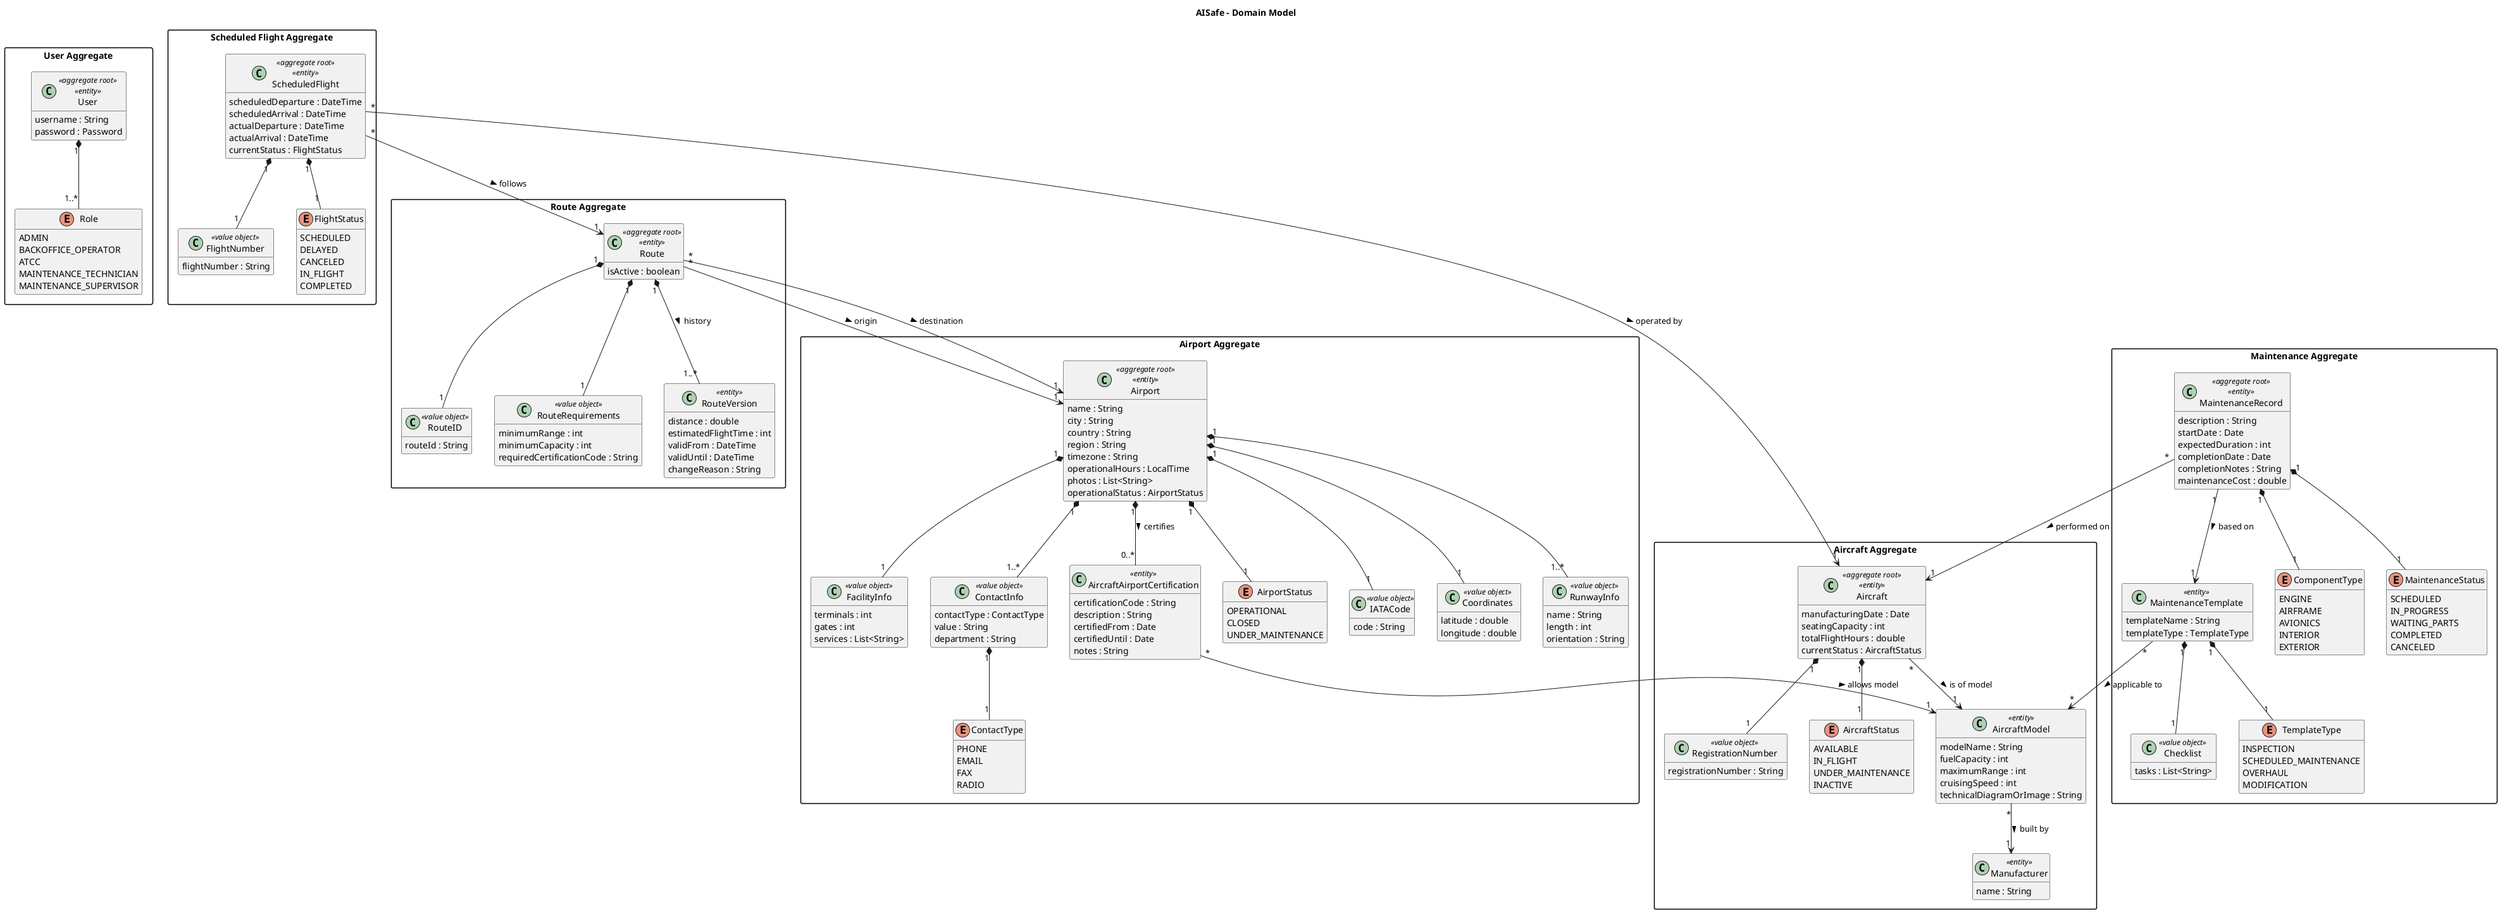
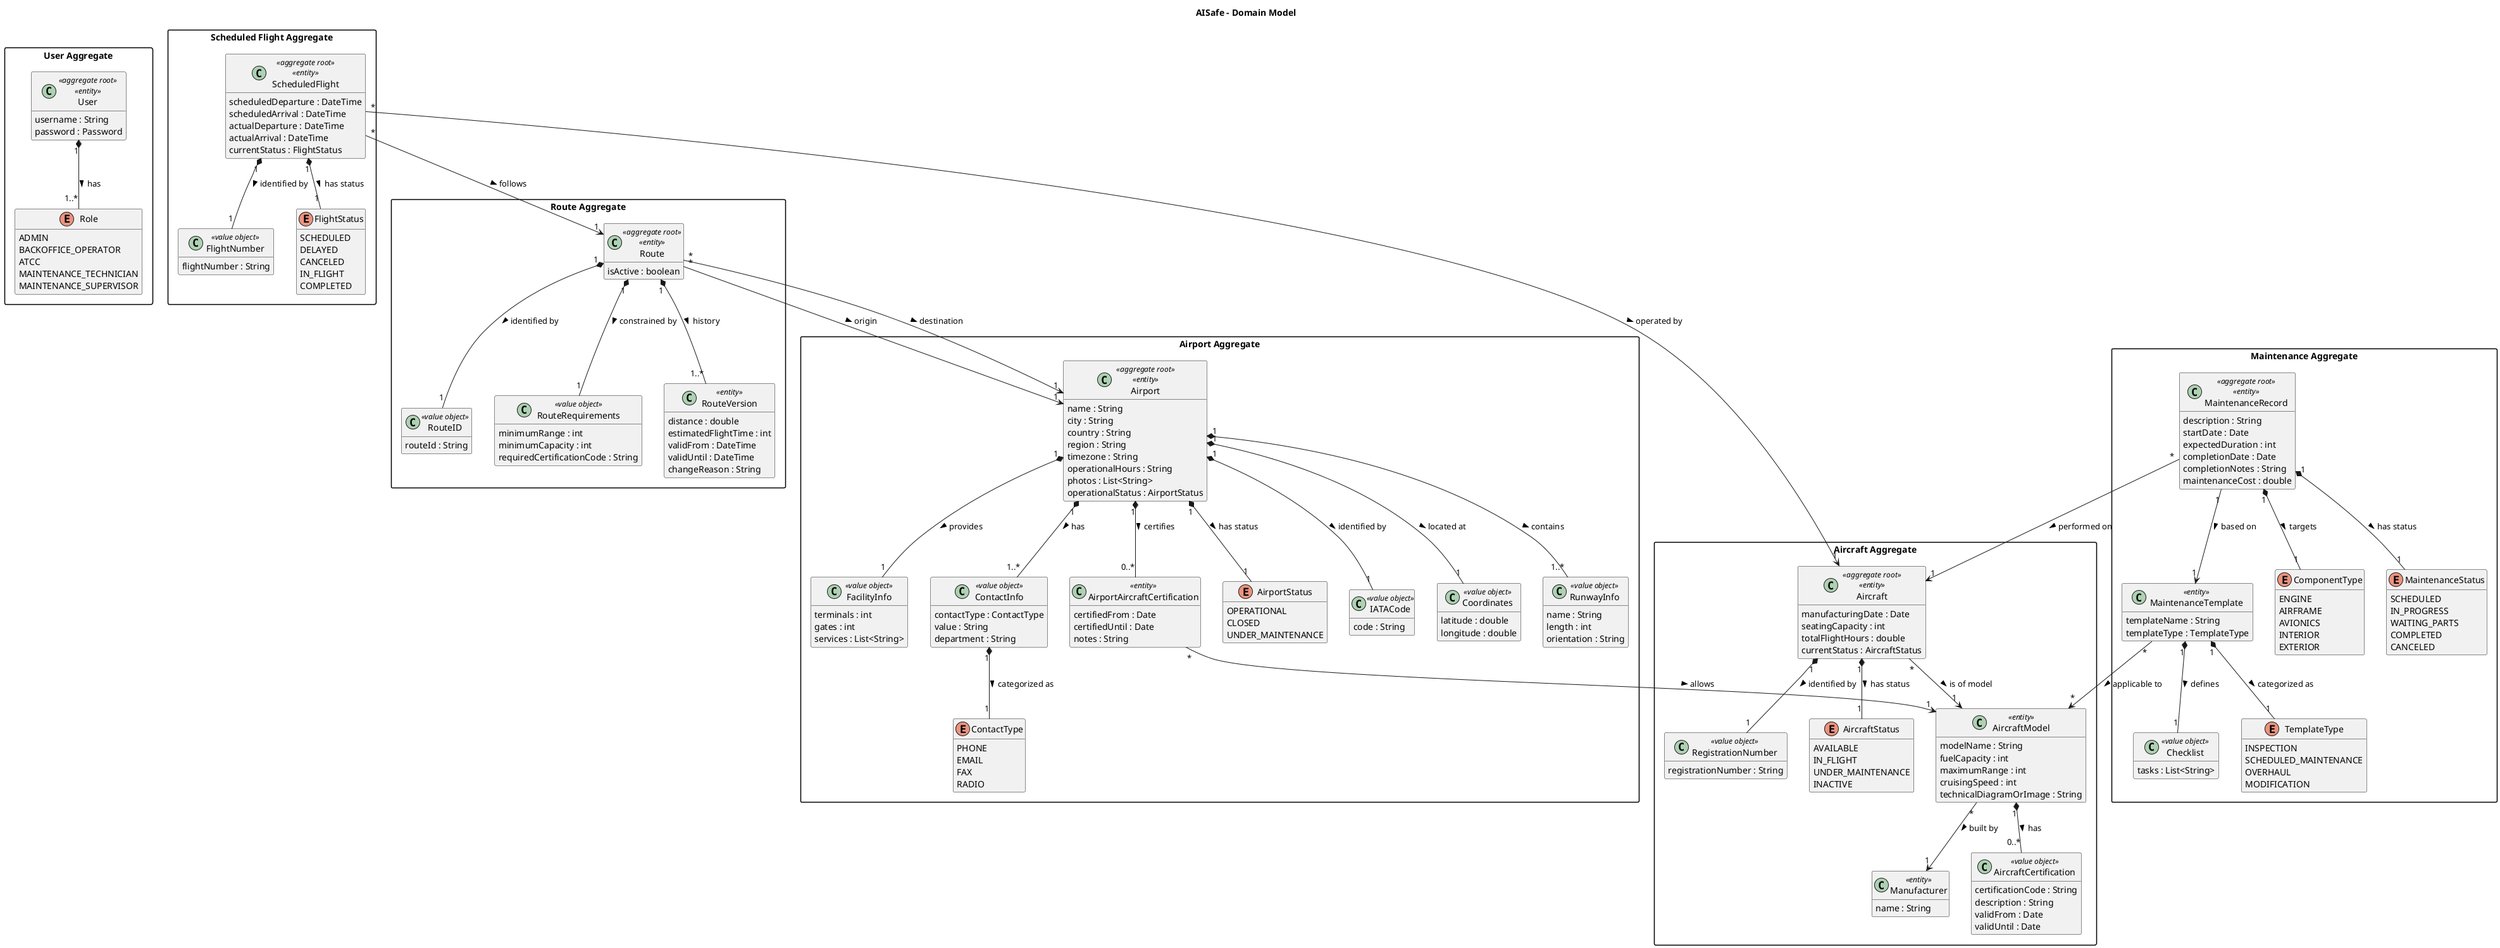
@startuml
skinparam classAttributeIconSize 0
skinparam packageStyle rectangle
hide empty methods
title AISafe - Domain Model

package "User Aggregate" {
  class User <<aggregate root>> <<entity>> {
    username : String
    password : Password
  }

  enum Role {
    ADMIN
    BACKOFFICE_OPERATOR
    ATCC
    MAINTENANCE_TECHNICIAN
    MAINTENANCE_SUPERVISOR
  }

-   User "1" *-- "1..*" Role
+   User "1" *-- "1..*" Role: has >
}

package "Aircraft Aggregate" {
  class Manufacturer <<entity>> {
    name : String
  }

  class AircraftModel <<entity>> {
    modelName : String
    fuelCapacity : int
    maximumRange : int
    cruisingSpeed : int
    technicalDiagramOrImage : String
  }

  class Aircraft <<aggregate root>> <<entity>> {
    manufacturingDate : Date
    seatingCapacity : int
    totalFlightHours : double
    currentStatus : AircraftStatus
  }

  class RegistrationNumber <<value object>> {
    registrationNumber : String
  }

+   class AircraftCertification <<value object>> {
+     certificationCode : String
+     description : String
+     validFrom : Date
+     validUntil : Date
+   }
+ 
  enum AircraftStatus {
    AVAILABLE
    IN_FLIGHT
    UNDER_MAINTENANCE
    INACTIVE
  }

  AircraftModel "*" --> "1" Manufacturer : built by >
  Aircraft "*" --> "1" AircraftModel : is of model >
-   Aircraft "1" *-- "1" RegistrationNumber
+   Aircraft "1" *-- "1" RegistrationNumber :  identified by >
+   Aircraft "1" *-- "1" AircraftStatus : has status >
+   AircraftModel "1" *-- "0..*" AircraftCertification : has >
+ }
+ 
+ package "Airport Aggregate" {
+   class Airport <<aggregate root>> <<entity>> {
+     name : String
+     city : String
+     country : String
+     region : String
+     timezone : String
+     operationalHours : String
+     photos : List<String>
+     operationalStatus : AirportStatus
+   }
+ 
+   class IATACode <<value object>> {
+     code : String
+   }
+ 
+   class Coordinates <<value object>> {
+     latitude : double
+     longitude : double
+   }
+ 
+   class RunwayInfo <<value object>> {
+     name : String
+     length : int
+     orientation : String
+   }
+ 
+   class FacilityInfo <<value object>> {
+     terminals : int
+     gates : int
+     services : List<String>
+   }
+ 
+   class ContactInfo <<value object>> {
+     contactType : ContactType
+     value : String
+     department : String
+   }
+ 
+   class AirportAircraftCertification <<entity>> {
+     certifiedFrom : Date
+     certifiedUntil : Date
+     notes : String
+   }
+ 
+   enum AirportStatus {
+     OPERATIONAL
+     CLOSED
+     UNDER_MAINTENANCE
+   }
+ 
+   enum ContactType {
+     PHONE
+     EMAIL
+     FAX
+     RADIO
+   }
+ 
+   Airport "1" *-- "1" IATACode : identified by >
+   Airport "1" *-- "1" Coordinates : located at >
+   Airport "1" *-- "1..*" RunwayInfo : contains >
+   Airport "1" *-- "1" FacilityInfo : provides >
+   Airport "1" *-- "1..*" ContactInfo : has >
+   Airport "1" *-- "1" AirportStatus : has status >
+   ContactInfo "1" *-- "1" ContactType : categorized as >
+ 
+   Airport "1" *-- "0..*" AirportAircraftCertification : certifies >
+ }
+ 
+ package "Route Aggregate" {
+   class Route <<aggregate root>> <<entity>> {
+     isActive : boolean
+   }
+ 
+   class RouteID <<value object>> {
+     routeId : String
+   }
+ 
+   class RouteRequirements <<value object>> {
+     minimumRange : int
+     minimumCapacity : int
+     requiredCertificationCode : String
+   }
+ 
+   class RouteVersion <<entity>> {
+     distance : double
+     estimatedFlightTime : int
+     validFrom : DateTime
+     validUntil : DateTime
+     changeReason : String
+   }
+ 
+   Route "1" *-- "1" RouteID : identified by >
+   Route "1" *-- "1" RouteRequirements : constrained by >
+   Route "1" *-- "1..*" RouteVersion : history >
+ }
+ 
+ package "Scheduled Flight Aggregate" {
+   class ScheduledFlight <<aggregate root>> <<entity>> {
+     scheduledDeparture : DateTime
+     scheduledArrival : DateTime
+     actualDeparture : DateTime
+     actualArrival : DateTime
+     currentStatus : FlightStatus
+   }
+ 
+   class FlightNumber <<value object>> {
+     flightNumber : String
+   }
+ 
+   enum FlightStatus {
+     SCHEDULED
+     DELAYED
+     CANCELED
+     IN_FLIGHT
+     COMPLETED
+   }
+ 
+   ScheduledFlight "1" *-- "1" FlightNumber : identified by >
+   ScheduledFlight "1" *-- "1" FlightStatus : has status >
+ }
+ 
+ package "Maintenance Aggregate" {
+   class MaintenanceTemplate <<entity>> {
+     templateName : String
+     templateType : TemplateType
+   }
+ 
+   class Checklist <<value object>> {
+     tasks : List<String>
+   }
+ 
+   class MaintenanceRecord <<aggregate root>> <<entity>> {
+     description : String
+     startDate : Date
+     expectedDuration : int
+     completionDate : Date
+     completionNotes : String
+     maintenanceCost : double
+   }
+ 
+   enum TemplateType {
+     INSPECTION
+     SCHEDULED_MAINTENANCE
+     OVERHAUL
+     MODIFICATION
+   }
+ 
+   enum ComponentType {
+     ENGINE
+     AIRFRAME
+     AVIONICS
+     INTERIOR
+     EXTERIOR
+   }
+ 
+   enum MaintenanceStatus {
+     SCHEDULED
+     IN_PROGRESS
+     WAITING_PARTS
+     COMPLETED
+     CANCELED
+   }
+ 
+   MaintenanceTemplate "1" *-- "1" Checklist : defines >
+   MaintenanceTemplate "1" *-- "1" TemplateType : categorized as >
+   MaintenanceRecord "1" --> "1" MaintenanceTemplate : based on >
+   MaintenanceRecord "1" *-- "1" ComponentType : targets >
+   MaintenanceRecord "1" *-- "1" MaintenanceStatus : has status >
+ }
+ 
+ AirportAircraftCertification "*" --> "1" AircraftModel : allows >
+ Route "*" --> "1" Airport : origin >
+ Route "*" --> "1" Airport : destination >
+ ScheduledFlight "*" --> "1" Route : follows >
+ ScheduledFlight "*" --> "1" Aircraft : operated by >
+ MaintenanceTemplate "*" --> "*" AircraftModel : applicable to >
+ MaintenanceRecord "*" --> "1" Aircraft : performed on >
+ 
+ @enduml
  Aircraft "1" *-- "1" AircraftStatus
}

package "Airport Aggregate" {
  class Airport <<aggregate root>> <<entity>> {
    name : String
    city : String
    country : String
    region : String
    timezone : String
    operationalHours : LocalTime
    photos : List<String>
    operationalStatus : AirportStatus
  }

  class IATACode <<value object>> {
    code : String
  }

  class Coordinates <<value object>> {
    latitude : double
    longitude : double
  }

  class RunwayInfo <<value object>> {
    name : String
    length : int
    orientation : String
  }

  class FacilityInfo <<value object>> {
    terminals : int
    gates : int
    services : List<String>
  }

  class ContactInfo <<value object>> {
    contactType : ContactType
    value : String
    department : String
  }

  class AircraftAirportCertification <<entity>> {
    certificationCode : String
    description : String
    certifiedFrom : Date
    certifiedUntil : Date
    notes : String
  }

  enum AirportStatus {
    OPERATIONAL
    CLOSED
    UNDER_MAINTENANCE
  }

  enum ContactType {
    PHONE
    EMAIL
    FAX
    RADIO
  }

  Airport "1" *-- "1" IATACode
  Airport "1" *-- "1" Coordinates
  Airport "1" *-- "1..*" RunwayInfo
  Airport "1" *-- "1" FacilityInfo
  Airport "1" *-- "1..*" ContactInfo
  Airport "1" *-- "1" AirportStatus
  Airport "1" *-- "0..*" AircraftAirportCertification : certifies >
  ContactInfo "1" *-- "1" ContactType
}

package "Route Aggregate" {
  class Route <<aggregate root>> <<entity>> {
    isActive : boolean
  }

  class RouteID <<value object>> {
    routeId : String
  }

  class RouteRequirements <<value object>> {
    minimumRange : int
    minimumCapacity : int
    requiredCertificationCode : String
  }

  class RouteVersion <<entity>> {
    distance : double
    estimatedFlightTime : int
    validFrom : DateTime
    validUntil : DateTime
    changeReason : String
  }

  Route "1" *-- "1" RouteID
  Route "1" *-- "1" RouteRequirements
  Route "1" *-- "1..*" RouteVersion : history >
}

package "Scheduled Flight Aggregate" {
  class ScheduledFlight <<aggregate root>> <<entity>> {
    scheduledDeparture : DateTime
    scheduledArrival : DateTime
    actualDeparture : DateTime
    actualArrival : DateTime
    currentStatus : FlightStatus
  }

  class FlightNumber <<value object>> {
    flightNumber : String
  }

  enum FlightStatus {
    SCHEDULED
    DELAYED
    CANCELED
    IN_FLIGHT
    COMPLETED
  }

  ScheduledFlight "1" *-- "1" FlightNumber
  ScheduledFlight "1" *-- "1" FlightStatus
}

package "Maintenance Aggregate" {
  class MaintenanceTemplate <<entity>> {
    templateName : String
    templateType : TemplateType
  }

  class Checklist <<value object>> {
    tasks : List<String>
  }

  class MaintenanceRecord <<aggregate root>> <<entity>> {
    description : String
    startDate : Date
    expectedDuration : int
    completionDate : Date
    completionNotes : String
    maintenanceCost : double
  }

  enum TemplateType {
    INSPECTION
    SCHEDULED_MAINTENANCE
    OVERHAUL
    MODIFICATION
  }

  enum ComponentType {
    ENGINE
    AIRFRAME
    AVIONICS
    INTERIOR
    EXTERIOR
  }

  enum MaintenanceStatus {
    SCHEDULED
    IN_PROGRESS
    WAITING_PARTS
    COMPLETED
    CANCELED
  }

  MaintenanceTemplate "1" *-- "1" Checklist
  MaintenanceTemplate "1" *-- "1" TemplateType
  MaintenanceRecord "1" --> "1" MaintenanceTemplate : based on >
  MaintenanceRecord "1" *-- "1" ComponentType
  MaintenanceRecord "1" *-- "1" MaintenanceStatus
}

AircraftAirportCertification "*" --> "1" AircraftModel : allows model >
Route "*" --> "1" Airport : origin >
Route "*" --> "1" Airport : destination >
ScheduledFlight "*" --> "1" Route : follows >
ScheduledFlight "*" --> "1" Aircraft : operated by >
MaintenanceTemplate "*" --> "*" AircraftModel : applicable to >
MaintenanceRecord "*" --> "1" Aircraft : performed on >

@enduml
